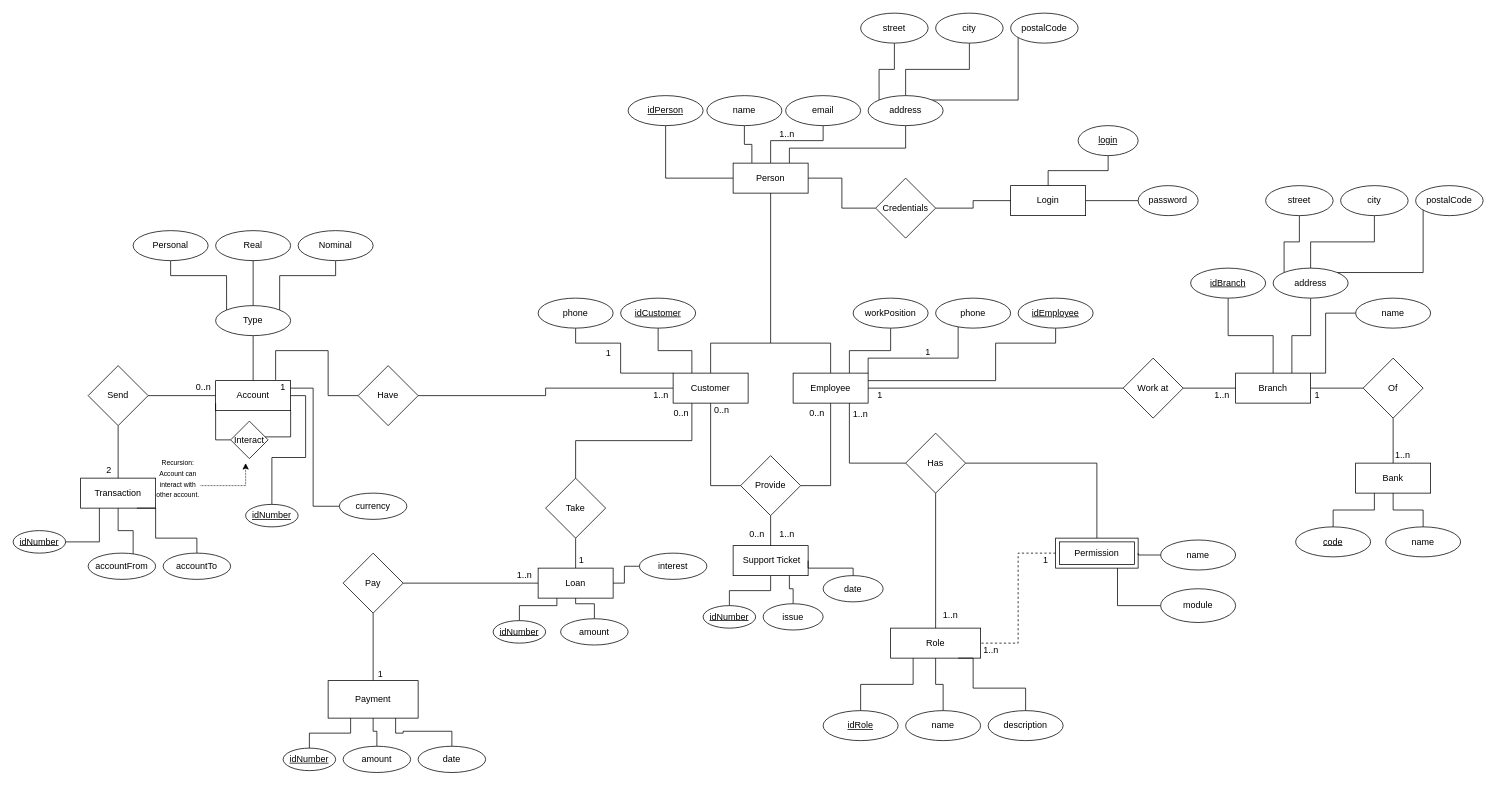
verbima1/B0B36DBS keeps this draw.io diagram as Bank Management System.drawio. Above is the earlier version. Source tidied: cells renumbered, new cells numbered last; positions are measured from the earlier drawing's top-left corner, leaving out a move shared by most shapes. Both pictures are drawn from the tidied source at 75%, with x=0, y=0 at pixel (13, 13).
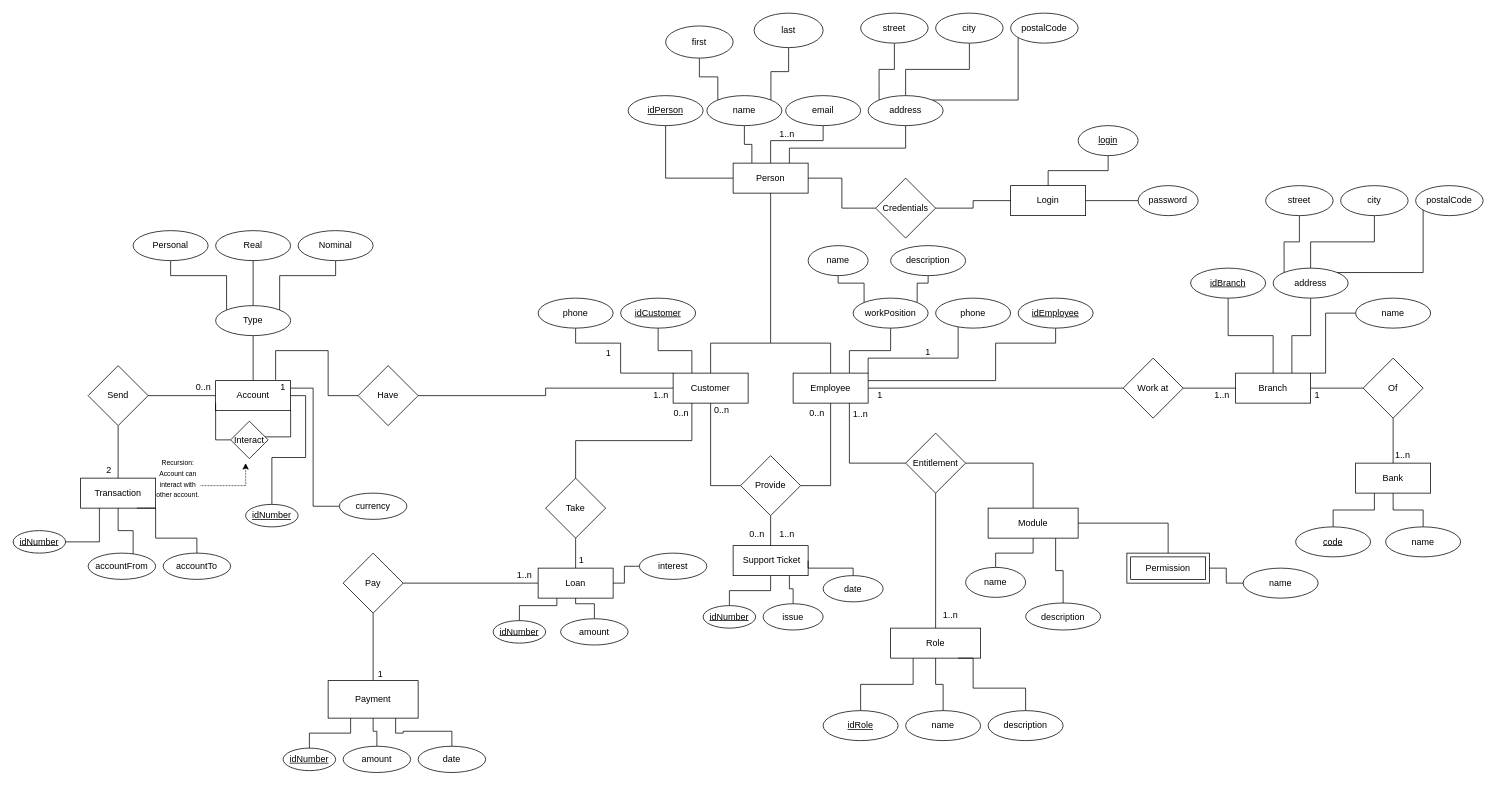
The same page after the edit.

Unchanged cells that the change refers to:
```xml
<mxCell id="53" value="name" style="ellipse;whiteSpace=wrap;html=1;align=center;" parent="1" vertex="1">
  <mxGeometry x="925" y="110" width="100" height="40" as="geometry" />
</mxCell>
<mxCell id="64" value="workPosition" style="ellipse;whiteSpace=wrap;html=1;" parent="1" vertex="1">
  <mxGeometry x="1120" y="380" width="100" height="40" as="geometry" />
</mxCell>
<mxCell id="77" value="Role" style="whiteSpace=wrap;html=1;" parent="1" vertex="1">
  <mxGeometry x="1170" y="820" width="120" height="40" as="geometry" />
</mxCell>
```

Change to the diagram source:
```diff
@@
+    <mxCell id="166" style="edgeStyle=orthogonalEdgeStyle;rounded=0;jettySize=auto;html=1;exitX=0;exitY=0;exitDx=0;exitDy=0;endArrow=none;endFill=0;" parent="1" edge="1" source="53" target="171">
+      <mxGeometry relative="1" as="geometry" />
+    </mxCell>
+    <mxCell id="167" style="edgeStyle=orthogonalEdgeStyle;rounded=0;jettySize=auto;html=1;exitX=1;exitY=0;exitDx=0;exitDy=0;endArrow=none;endFill=0;" parent="1" edge="1" source="53" target="172">
+      <mxGeometry relative="1" as="geometry" />
+    </mxCell>
@@
+    <mxCell id="168" style="edgeStyle=orthogonalEdgeStyle;rounded=0;jettySize=auto;html=1;endArrow=none;endFill=0;exitX=0;exitY=0;exitDx=0;exitDy=0;" parent="1" edge="1" source="64" target="173">
+      <mxGeometry relative="1" as="geometry" />
+    </mxCell>
+    <mxCell id="169" style="edgeStyle=orthogonalEdgeStyle;rounded=0;jettySize=auto;html=1;endArrow=none;endFill=0;exitX=1;exitY=0;exitDx=0;exitDy=0;" parent="1" edge="1" source="64" target="174">
+      <mxGeometry relative="1" as="geometry" />
+    </mxCell>
@@
-    <mxCell id="75" style="edgeStyle=orthogonalEdgeStyle;rounded=0;sketch=0;jettySize=auto;html=1;endArrow=none;endFill=0;" parent="1" edge="1" source="76" target="79">
+    <mxCell id="75" style="edgeStyle=orthogonalEdgeStyle;rounded=0;sketch=0;jettySize=auto;html=1;endArrow=none;endFill=0;" parent="1" edge="1" source="177" target="79">
       <mxGeometry relative="1" as="geometry" />
     </mxCell>
+    <mxCell id="170" style="edgeStyle=orthogonalEdgeStyle;rounded=0;jettySize=auto;html=1;endArrow=none;endFill=0;" parent="1" edge="1" source="76" target="177">
+      <mxGeometry relative="1" as="geometry" />
+    </mxCell>
-    <mxCell id="76" value="Has" style="rhombus;whiteSpace=wrap;html=1;" parent="1" vertex="1">
+    <mxCell id="76" value="Entitlement" style="rhombus;whiteSpace=wrap;html=1;" parent="1" vertex="1">
       <mxGeometry x="1190" y="560" width="80" height="80" as="geometry" />
     </mxCell>
@@
-    <mxCell id="78" style="edgeStyle=orthogonalEdgeStyle;rounded=0;jettySize=auto;html=1;entryX=1;entryY=0.5;entryDx=0;entryDy=0;endArrow=none;endFill=0;dashed=1;" parent="1" edge="1" source="79" target="77">
-      <mxGeometry relative="1" as="geometry" />
-    </mxCell>
     <mxCell id="79" value="Permission" style="shape=ext;margin=3;double=1;whiteSpace=wrap;html=1;align=center;" parent="1" vertex="1">
-      <mxGeometry x="1390" y="700" width="110" height="40" as="geometry" />
+      <mxGeometry x="1485" y="720" width="110" height="40" as="geometry" />
     </mxCell>
@@
     <mxCell id="112" value="name" style="ellipse;whiteSpace=wrap;html=1;align=center;" parent="1" vertex="1">
-      <mxGeometry x="1530" y="702.5" width="100" height="40" as="geometry" />
+      <mxGeometry x="1640" y="740" width="100" height="40" as="geometry" />
     </mxCell>
-    <mxCell id="113" style="edgeStyle=orthogonalEdgeStyle;rounded=0;jettySize=auto;html=1;entryX=0.75;entryY=1;entryDx=0;entryDy=0;endArrow=none;endFill=0;" parent="1" edge="1" source="114" target="79">
-      <mxGeometry relative="1" as="geometry" />
-    </mxCell>
-    <mxCell id="114" value="module" style="ellipse;whiteSpace=wrap;html=1;align=center;" parent="1" vertex="1">
-      <mxGeometry x="1530" y="767.5" width="100" height="45" as="geometry" />
-    </mxCell>
@@
-    <mxCell id="143" value="&lt;div&gt;1..n&lt;/div&gt;" style="text;html=1;strokeColor=none;fillColor=none;align=center;verticalAlign=middle;whiteSpace=wrap;rounded=0;" parent="1" vertex="1">
-      <mxGeometry x="1284" y="840" width="40" height="20" as="geometry" />
-    </mxCell>
-    <mxCell id="144" value="1" style="text;html=1;strokeColor=none;fillColor=none;align=center;verticalAlign=middle;whiteSpace=wrap;rounded=0;" parent="1" vertex="1">
-      <mxGeometry x="1357" y="720" width="40" height="20" as="geometry" />
-    </mxCell>
@@
+    <mxCell id="171" value="first" style="ellipse;whiteSpace=wrap;html=1;" parent="1" vertex="1">
+      <mxGeometry x="870" y="17.1" width="90" height="42.9" as="geometry" />
+    </mxCell>
+    <mxCell id="172" value="last" style="ellipse;whiteSpace=wrap;html=1;" parent="1" vertex="1">
+      <mxGeometry x="988" width="92" height="46" as="geometry" />
+    </mxCell>
+    <mxCell id="173" value="name" style="ellipse;whiteSpace=wrap;html=1;" parent="1" vertex="1">
+      <mxGeometry x="1060" y="310" width="80" height="40" as="geometry" />
+    </mxCell>
+    <mxCell id="174" value="description" style="ellipse;whiteSpace=wrap;html=1;" parent="1" vertex="1">
+      <mxGeometry x="1170" y="310" width="100" height="40" as="geometry" />
+    </mxCell>
+    <mxCell id="175" style="edgeStyle=orthogonalEdgeStyle;rounded=0;jettySize=auto;html=1;endArrow=none;endFill=0;" parent="1" edge="1" source="177" target="178">
+      <mxGeometry relative="1" as="geometry" />
+    </mxCell>
+    <mxCell id="176" style="edgeStyle=orthogonalEdgeStyle;rounded=0;jettySize=auto;html=1;endArrow=none;endFill=0;exitX=0.75;exitY=1;exitDx=0;exitDy=0;" parent="1" edge="1" source="177" target="179">
+      <mxGeometry relative="1" as="geometry" />
+    </mxCell>
+    <mxCell id="177" value="Module" style="whiteSpace=wrap;html=1;" parent="1" vertex="1">
+      <mxGeometry x="1300" y="660" width="120" height="40" as="geometry" />
+    </mxCell>
+    <mxCell id="178" value="name" style="ellipse;whiteSpace=wrap;html=1;" parent="1" vertex="1">
+      <mxGeometry x="1270" y="739" width="80" height="40" as="geometry" />
+    </mxCell>
+    <mxCell id="179" value="&lt;div&gt;description&lt;/div&gt;" style="ellipse;whiteSpace=wrap;html=1;" parent="1" vertex="1">
+      <mxGeometry x="1350" y="786.5" width="100" height="36" as="geometry" />
+    </mxCell>
```
